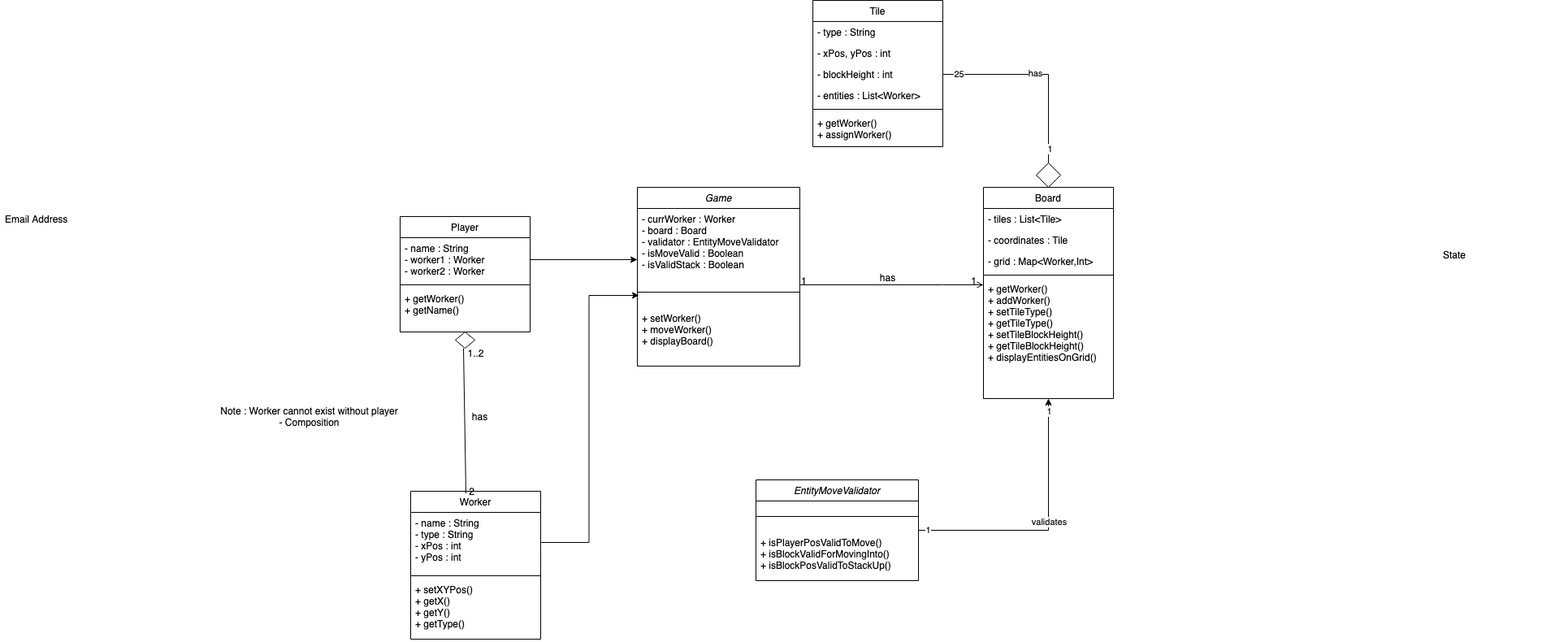
The draw.io diagram ObjectDiagram.png in rajathmCMU/f23-lab04, before a commit. Source tidied: cells renumbered, new cells last; positions are measured from the earlier drawing's top-left corner, leaving out a move shared by most shapes. Its diagram source:
```xml
<mxGraphModel>
  <root>
    <mxCell id="0" />
    <mxCell id="1" parent="0" />
    <mxCell id="2" value="Game" style="swimlane;fontStyle=2;align=center;verticalAlign=top;horizontal=1;startSize=26;rounded=0;shadow=0;strokeWidth=1;" parent="1" vertex="1">
      <mxGeometry x="784" y="230" width="200" height="220" as="geometry" />
    </mxCell>
    <mxCell id="3" value="- currWorker : Worker&#10;- board : Board&#10;- validator : EntityMoveValidator&#10;- isMoveValid : Boolean&#10;- isValidStack : Boolean&#10;" style="text;align=left;verticalAlign=top;spacingLeft=4;spacingRight=4;overflow=hidden;points=[[0,0.5],[1,0.5]];portConstraint=eastwest;rounded=0;shadow=0;html=0;" parent="2" vertex="1">
      <mxGeometry y="26" width="200" height="84" as="geometry" />
    </mxCell>
    <mxCell id="4" style="line;html=1;strokeWidth=1;align=left;verticalAlign=middle;spacingTop=-1;spacingLeft=3;spacingRight=3;labelPosition=right;points=[];portConstraint=eastwest;" parent="2" vertex="1">
      <mxGeometry y="110" width="200" height="38" as="geometry" />
    </mxCell>
    <mxCell id="5" value="+ setWorker()&#10;+ moveWorker()&#10;+ displayBoard()" style="text;align=left;verticalAlign=top;spacingLeft=4;spacingRight=4;overflow=hidden;rounded=0;shadow=0;html=0;" parent="2" vertex="1">
      <mxGeometry y="148" width="200" height="54" as="geometry" />
    </mxCell>
    <mxCell id="6" value="Player" style="swimlane;fontStyle=0;align=center;verticalAlign=top;horizontal=1;startSize=26;rounded=0;shadow=0;strokeWidth=1;" parent="1" vertex="1">
      <mxGeometry x="492" y="266" width="160" height="142" as="geometry" />
    </mxCell>
    <mxCell id="7" value="- name : String&#10;- worker1 : Worker&#10;- worker2 : Worker" style="text;align=left;verticalAlign=top;spacingLeft=4;spacingRight=4;overflow=hidden;points=[[0,0.5],[1,0.5]];portConstraint=eastwest;rounded=0;shadow=0;html=0;" parent="6" vertex="1">
      <mxGeometry y="26" width="160" height="54" as="geometry" />
    </mxCell>
    <mxCell id="8" style="line;html=1;strokeWidth=1;align=left;verticalAlign=middle;spacingTop=-1;spacingLeft=3;spacingRight=3;labelPosition=right;" parent="6" vertex="1">
      <mxGeometry y="80" width="160" height="8" as="geometry" />
    </mxCell>
    <mxCell id="9" value="+ getWorker()&#10;+ getName()&#10;" style="text;align=left;verticalAlign=top;spacingLeft=4;spacingRight=4;overflow=hidden;rounded=0;shadow=0;html=0;" parent="6" vertex="1">
      <mxGeometry y="88" width="160" height="54" as="geometry" />
    </mxCell>
    <mxCell id="10" value="Worker" style="swimlane;fontStyle=0;align=center;verticalAlign=top;horizontal=1;startSize=26;rounded=0;shadow=0;strokeWidth=1;" parent="1" vertex="1">
      <mxGeometry x="505" y="604" width="160" height="182" as="geometry" />
    </mxCell>
    <mxCell id="11" value="- name : String&#10;- type : String&#10;- xPos : int&#10;- yPos : int&#10;" style="text;align=left;verticalAlign=top;spacingLeft=4;spacingRight=4;overflow=hidden;points=[[0,0.5],[1,0.5]];portConstraint=eastwest;" parent="10" vertex="1">
      <mxGeometry y="26" width="160" height="74" as="geometry" />
    </mxCell>
    <mxCell id="12" style="line;html=1;strokeWidth=1;align=left;verticalAlign=middle;spacingTop=-1;spacingLeft=3;spacingRight=3;labelPosition=right;" parent="10" vertex="1">
      <mxGeometry y="100" width="160" height="8" as="geometry" />
    </mxCell>
    <mxCell id="13" value="+ setXYPos()&#10;+ getX()&#10;+ getY()&#10;+ getType()&#10;" style="text;align=left;verticalAlign=top;spacingLeft=4;spacingRight=4;overflow=hidden;" parent="10" vertex="1">
      <mxGeometry y="108" width="160" height="74" as="geometry" />
    </mxCell>
    <mxCell id="14" value="Board" style="swimlane;fontStyle=0;align=center;verticalAlign=top;horizontal=1;startSize=26;rounded=0;shadow=0;strokeWidth=1;" parent="1" vertex="1">
      <mxGeometry x="1210" y="230" width="160" height="260" as="geometry" />
    </mxCell>
    <mxCell id="15" value="- tiles : List&lt;Tile&gt;" style="text;align=left;verticalAlign=top;spacingLeft=4;spacingRight=4;overflow=hidden;" parent="14" vertex="1">
      <mxGeometry y="26" width="160" height="26" as="geometry" />
    </mxCell>
    <mxCell id="16" value="- coordinates : Tile" style="text;align=left;verticalAlign=top;spacingLeft=4;spacingRight=4;overflow=hidden;rounded=0;shadow=0;html=0;" parent="14" vertex="1">
      <mxGeometry y="52" width="160" height="26" as="geometry" />
    </mxCell>
    <mxCell id="17" value="- grid : Map&lt;Worker,Int&gt;" style="text;align=left;verticalAlign=top;spacingLeft=4;spacingRight=4;overflow=hidden;rounded=0;shadow=0;html=0;" parent="14" vertex="1">
      <mxGeometry y="78" width="160" height="26" as="geometry" />
    </mxCell>
    <mxCell id="18" style="line;html=1;strokeWidth=1;align=left;verticalAlign=middle;spacingTop=-1;spacingLeft=3;spacingRight=3;labelPosition=right;" parent="14" vertex="1">
      <mxGeometry y="104" width="160" height="8" as="geometry" />
    </mxCell>
    <mxCell id="19" value="+ getWorker()&#10;+ addWorker()&#10;+ setTileType()&#10;+ getTileType()&#10;+ setTileBlockHeight()&#10;+ getTileBlockHeight()&#10;+ displayEntitiesOnGrid()&#10;&#10;&#10;&#10;&#10;" style="text;align=left;verticalAlign=top;spacingLeft=4;spacingRight=4;overflow=hidden;" parent="14" vertex="1">
      <mxGeometry y="112" width="160" height="122" as="geometry" />
    </mxCell>
    <mxCell id="20" style="endArrow=open;shadow=0;strokeWidth=1;rounded=0;endFill=1;edgeStyle=elbowEdgeStyle;elbow=vertical;" parent="1" edge="1" source="2" target="14">
      <mxGeometry x="0.5" y="41" relative="1" as="geometry">
        <Array as="points">
          <mxPoint x="1160" y="350" />
        </Array>
        <mxPoint x="-40" y="32" as="offset" />
      </mxGeometry>
    </mxCell>
    <mxCell id="21" value="1" style="align=left;verticalAlign=bottom;labelBackgroundColor=none;fontSize=12;" parent="20" vertex="1">
      <mxGeometry x="-1" relative="1" as="geometry">
        <mxPoint y="4" as="offset" />
      </mxGeometry>
    </mxCell>
    <mxCell id="22" value="1" style="align=right;verticalAlign=bottom;labelBackgroundColor=none;fontSize=12;" parent="20" vertex="1">
      <mxGeometry x="1" relative="1" as="geometry">
        <mxPoint x="-7" y="4" as="offset" />
      </mxGeometry>
    </mxCell>
    <mxCell id="23" value="has" style="text;html=1;align=center;verticalAlign=middle;labelBackgroundColor=none;rounded=0;shadow=0;strokeWidth=1;fontSize=12;" parent="20" vertex="1">
      <mxGeometry x="0.5" y="49" relative="1" as="geometry">
        <mxPoint x="-63" y="40" as="offset" />
      </mxGeometry>
    </mxCell>
    <mxCell id="24" value="State" style="text;align=left;verticalAlign=top;spacingLeft=4;spacingRight=4;overflow=hidden;rounded=0;shadow=0;html=0;" parent="1" vertex="1">
      <mxGeometry x="1770" y="300" width="160" height="26" as="geometry" />
    </mxCell>
    <mxCell id="25" value="Email Address" style="text;align=left;verticalAlign=top;spacingLeft=4;spacingRight=4;overflow=hidden;rounded=0;shadow=0;html=0;" parent="1" vertex="1">
      <mxGeometry y="256" width="160" height="26" as="geometry" />
    </mxCell>
    <mxCell id="26" style="rhombus;whiteSpace=wrap;html=1;" parent="1" vertex="1">
      <mxGeometry x="560" y="408" width="24" height="20" as="geometry" />
    </mxCell>
    <mxCell id="27" style="endArrow=none;html=1;rounded=0;exitX=0.425;exitY=0.014;exitDx=0;exitDy=0;exitPerimeter=0;" parent="1" edge="1" source="10">
      <mxGeometry relative="1" as="geometry">
        <mxPoint x="570" y="428" as="targetPoint" />
      </mxGeometry>
    </mxCell>
    <mxCell id="28" value="1..2" style="text;html=1;align=center;verticalAlign=middle;strokeColor=none;fillColor=none;" parent="1" vertex="1">
      <mxGeometry x="565" y="420" width="40" height="30" as="geometry" />
    </mxCell>
    <mxCell id="29" value="2" style="text;html=1;align=center;verticalAlign=middle;strokeColor=none;fillColor=none;" parent="1" vertex="1">
      <mxGeometry x="565" y="590" width="30" height="30" as="geometry" />
    </mxCell>
    <mxCell id="30" value="has" style="text;html=1;align=center;verticalAlign=middle;strokeColor=none;fillColor=none;" parent="1" vertex="1">
      <mxGeometry x="570" y="498" width="40" height="30" as="geometry" />
    </mxCell>
    <mxCell id="31" value="&lt;div&gt;Note : Worker cannot exist without player&lt;/div&gt;&lt;div&gt;- Composition&lt;/div&gt;" style="text;html=1;align=center;verticalAlign=middle;strokeColor=none;fillColor=none;" parent="1" vertex="1">
      <mxGeometry x="260" y="493" width="240" height="40" as="geometry" />
    </mxCell>
    <mxCell id="32" style="edgeStyle=orthogonalEdgeStyle;rounded=0;jettySize=auto;html=1;entryX=0.01;entryY=0.605;entryDx=0;entryDy=0;entryPerimeter=0;" parent="1" edge="1" source="11" target="4">
      <mxGeometry relative="1" as="geometry" />
    </mxCell>
    <mxCell id="33" style="edgeStyle=orthogonalEdgeStyle;rounded=0;jettySize=auto;html=1;entryX=0;entryY=0.75;entryDx=0;entryDy=0;entryPerimeter=0;" parent="1" edge="1" source="7" target="3">
      <mxGeometry relative="1" as="geometry" />
    </mxCell>
    <mxCell id="34" style="edgeStyle=orthogonalEdgeStyle;rounded=0;jettySize=auto;html=1;entryX=0.5;entryY=1;entryDx=0;entryDy=0;" parent="1" edge="1" source="38" target="14">
      <mxGeometry relative="1" as="geometry" />
    </mxCell>
    <mxCell id="35" value="1" style="edgeLabel;html=1;align=center;verticalAlign=middle;" parent="34" vertex="1">
      <mxGeometry x="-0.93" y="1" relative="1" as="geometry" />
    </mxCell>
    <mxCell id="36" value="1" style="edgeLabel;html=1;align=center;verticalAlign=middle;" parent="34" vertex="1">
      <mxGeometry x="0.91" relative="1" as="geometry" />
    </mxCell>
    <mxCell id="37" value="validates" style="edgeLabel;html=1;align=center;verticalAlign=middle;" parent="34" vertex="1">
      <mxGeometry x="0.06" relative="1" as="geometry" />
    </mxCell>
    <mxCell id="38" value="EntityMoveValidator" style="swimlane;fontStyle=2;align=center;verticalAlign=top;horizontal=1;startSize=26;rounded=0;shadow=0;strokeWidth=1;" parent="1" vertex="1">
      <mxGeometry x="930" y="590" width="200" height="124" as="geometry" />
    </mxCell>
    <mxCell id="39" style="line;html=1;strokeWidth=1;align=left;verticalAlign=middle;spacingTop=-1;spacingLeft=3;spacingRight=3;labelPosition=right;" parent="38" vertex="1">
      <mxGeometry y="26" width="200" height="38" as="geometry" />
    </mxCell>
    <mxCell id="40" value="+ isPlayerPosValidToMove() &#10;+ isBlockValidForMovingInto()&#10;+ isBlockPosValidToStackUp()&#10;&#10;" style="text;align=left;verticalAlign=top;spacingLeft=4;spacingRight=4;overflow=hidden;rounded=0;shadow=0;html=0;" parent="38" vertex="1">
      <mxGeometry y="64" width="200" height="54" as="geometry" />
    </mxCell>
    <mxCell id="41" value="Tile" style="swimlane;fontStyle=0;align=center;verticalAlign=top;horizontal=1;startSize=26;rounded=0;shadow=0;strokeWidth=1;" parent="1" vertex="1">
      <mxGeometry x="1000" width="160" height="180" as="geometry" />
    </mxCell>
    <mxCell id="42" value="- type : String" style="text;align=left;verticalAlign=top;spacingLeft=4;spacingRight=4;overflow=hidden;" parent="41" vertex="1">
      <mxGeometry y="26" width="160" height="26" as="geometry" />
    </mxCell>
    <mxCell id="43" value="- xPos, yPos : int" style="text;align=left;verticalAlign=top;spacingLeft=4;spacingRight=4;overflow=hidden;rounded=0;shadow=0;html=0;" parent="41" vertex="1">
      <mxGeometry y="52" width="160" height="26" as="geometry" />
    </mxCell>
    <mxCell id="44" value="- blockHeight : int" style="text;align=left;verticalAlign=top;spacingLeft=4;spacingRight=4;overflow=hidden;points=[[0,0.5],[1,0.5]];portConstraint=eastwest;rounded=0;shadow=0;html=0;" parent="41" vertex="1">
      <mxGeometry y="78" width="160" height="26" as="geometry" />
    </mxCell>
    <mxCell id="45" value="- entities : List&lt;Worker&gt;" style="text;align=left;verticalAlign=top;spacingLeft=4;spacingRight=4;overflow=hidden;rounded=0;shadow=0;html=0;" parent="41" vertex="1">
      <mxGeometry y="104" width="160" height="26" as="geometry" />
    </mxCell>
    <mxCell id="46" style="line;html=1;strokeWidth=1;align=left;verticalAlign=middle;spacingTop=-1;spacingLeft=3;spacingRight=3;labelPosition=right;" parent="41" vertex="1">
      <mxGeometry y="130" width="160" height="8" as="geometry" />
    </mxCell>
    <mxCell id="47" value="+ getWorker()&#10;+ assignWorker()&#10;&#10;&#10;&#10;&#10;" style="text;align=left;verticalAlign=top;spacingLeft=4;spacingRight=4;overflow=hidden;" parent="41" vertex="1">
      <mxGeometry y="138" width="160" height="42" as="geometry" />
    </mxCell>
    <mxCell id="48" style="rhombus;whiteSpace=wrap;html=1;" parent="1" vertex="1">
      <mxGeometry x="1275" y="200" width="30" height="30" as="geometry" />
    </mxCell>
    <mxCell id="49" style="endArrow=none;html=1;rounded=0;entryX=1;entryY=0.5;entryDx=0;entryDy=0;" parent="1" edge="1" target="44">
      <mxGeometry relative="1" as="geometry">
        <mxPoint x="1290" y="200" as="sourcePoint" />
        <Array as="points">
          <mxPoint x="1290" y="91" />
        </Array>
      </mxGeometry>
    </mxCell>
    <mxCell id="50" value="25" style="edgeLabel;html=1;align=center;verticalAlign=middle;" parent="49" vertex="1">
      <mxGeometry x="0.84" y="-1" relative="1" as="geometry" />
    </mxCell>
    <mxCell id="51" value="1" style="edgeLabel;html=1;align=center;verticalAlign=middle;" parent="49" vertex="1">
      <mxGeometry x="-0.85" y="-1" relative="1" as="geometry" />
    </mxCell>
    <mxCell id="52" value="has" style="edgeLabel;html=1;align=center;verticalAlign=middle;" parent="49" vertex="1">
      <mxGeometry x="0.05" y="-2" relative="1" as="geometry" />
    </mxCell>
  </root>
</mxGraphModel>
```
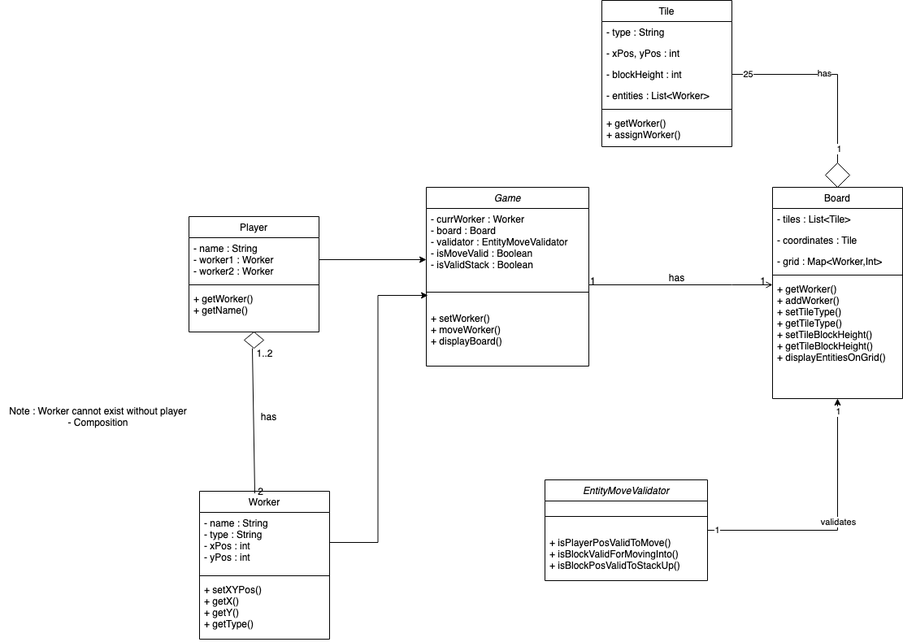
The same diagram one commit later.

Change to the diagram source:
```diff
@@ -79,12 +79,6 @@
         <mxPoint x="-63" y="40" as="offset" />
       </mxGeometry>
     </mxCell>
-    <mxCell id="24" value="State" style="text;align=left;verticalAlign=top;spacingLeft=4;spacingRight=4;overflow=hidden;rounded=0;shadow=0;html=0;" parent="1" vertex="1">
-      <mxGeometry x="1770" y="300" width="160" height="26" as="geometry" />
-    </mxCell>
-    <mxCell id="25" value="Email Address" style="text;align=left;verticalAlign=top;spacingLeft=4;spacingRight=4;overflow=hidden;rounded=0;shadow=0;html=0;" parent="1" vertex="1">
-      <mxGeometry y="256" width="160" height="26" as="geometry" />
-    </mxCell>
     <mxCell id="26" style="rhombus;whiteSpace=wrap;html=1;" parent="1" vertex="1">
       <mxGeometry x="560" y="408" width="24" height="20" as="geometry" />
     </mxCell>
```
